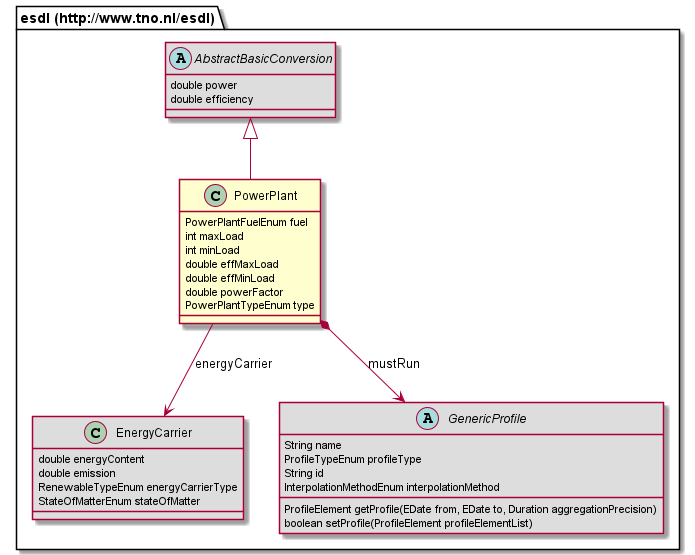
EnergyTransition/energytransition.github.io keeps this PlantUML diagram as 687474703a2f2f7777772e746e6f2e6e6c2f6573646c/PowerPlant.png. Above is the earlier version.
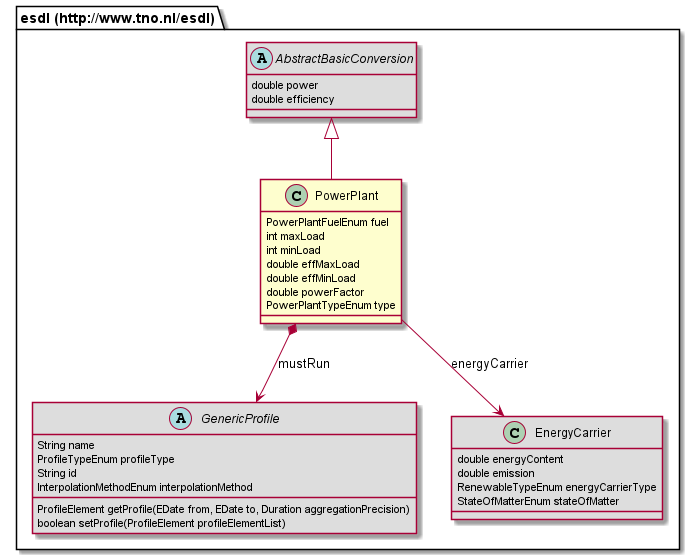
After the change.

What changed in the source:
```diff
@@ -12,12 +12,6 @@
 	double power
 	double efficiency
 }
-class "esdl (http://www.tno.nl/esdl).EnergyCarrier" [[#router/doc-content/687474703a2f2f7777772e746e6f2e6e6c2f6573646c/EnergyCarrier.html{Defines a carrier of energy with its emission and energy content properties}]] #DDDDDD {
-	double energyContent
-	double emission
-	RenewableTypeEnum energyCarrierType
-	StateOfMatterEnum stateOfMatter
-}
 abstract class "esdl (http://www.tno.nl/esdl).GenericProfile" [[#router/doc-content/687474703a2f2f7777772e746e6f2e6e6c2f6573646c/GenericProfile.html{All profiles should describe these fields: a name and a ProfileType. }]] #DDDDDD {
 	String name
 	ProfileTypeEnum profileType
@@ -26,6 +20,12 @@
 	ProfileElement getProfile(EDate from, EDate to, Duration aggregationPrecision)
 	boolean setProfile(ProfileElement profileElementList)
 }
+class "esdl (http://www.tno.nl/esdl).EnergyCarrier" [[#router/doc-content/687474703a2f2f7777772e746e6f2e6e6c2f6573646c/EnergyCarrier.html{Defines a carrier of energy with its emission and energy content properties}]] #DDDDDD {
+	double energyContent
+	double emission
+	RenewableTypeEnum energyCarrierType
+	StateOfMatterEnum stateOfMatter
+}
 "esdl (http://www.tno.nl/esdl).AbstractBasicConversion" <|-- "esdl (http://www.tno.nl/esdl).PowerPlant"
 "esdl (http://www.tno.nl/esdl).PowerPlant" --> "esdl (http://www.tno.nl/esdl).EnergyCarrier" : energyCarrier
 "esdl (http://www.tno.nl/esdl).PowerPlant" *--> "esdl (http://www.tno.nl/esdl).GenericProfile" : mustRun
```
